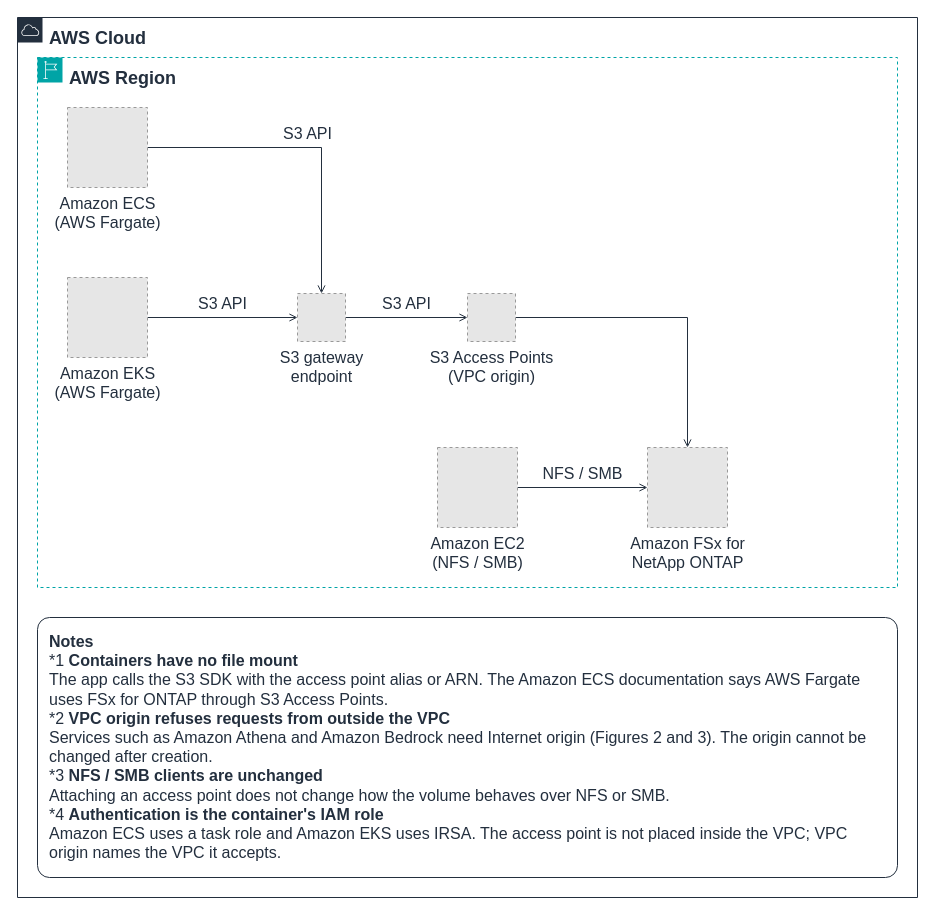
The draw.io diagram docs/_assets/diagrams/s3ap-container-overview-en.drawio in Yoshiki0705/FSx-for-ONTAP-Container-Datastore-Patterns, before the edit. Source tidied: cells renumbered, new cells numbered last; positions are measured from the earlier drawing's top-left corner, leaving out a move shared by most shapes. Both pictures are drawn from the tidied source at 100%, with x=0, y=0 at pixel (17, 17). Pictures stored in the file or linked from it are replaced by grey dashed boxes.
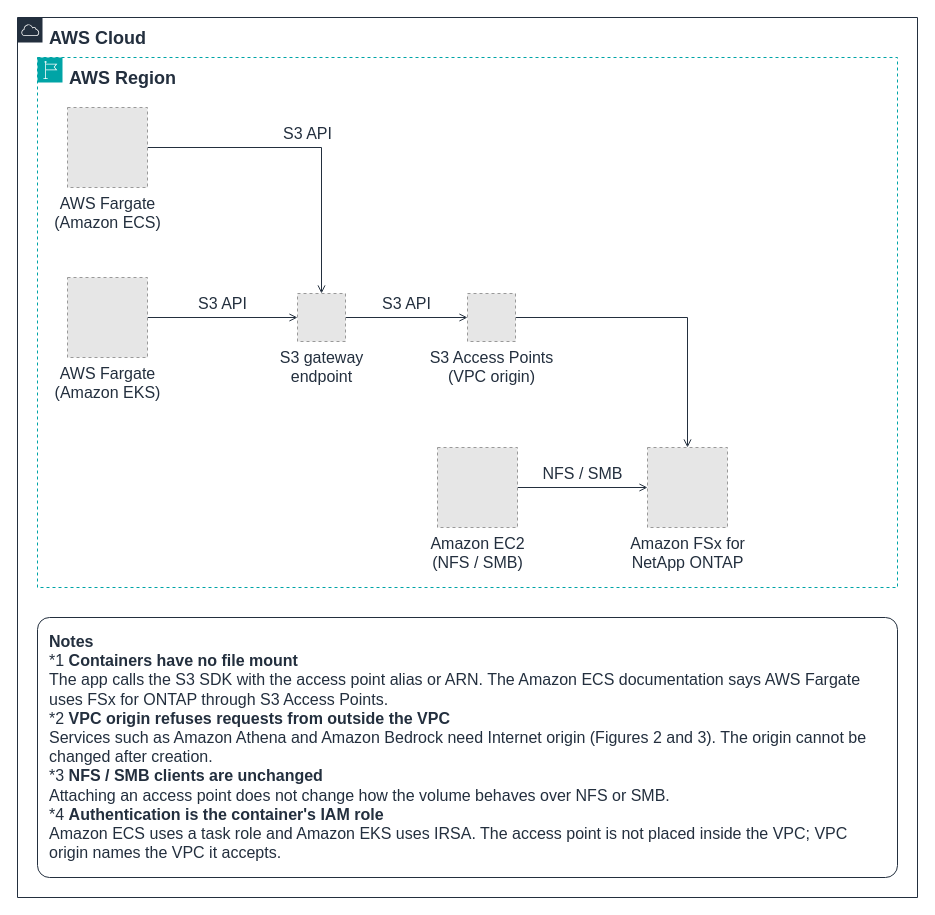
The same page after the edit.

Diff of the diagram source:
```diff
@@
 <mxGraphModel background="#FFFFFF">
   <root>
     <mxCell id="0" />
     <mxCell id="1" parent="0" />
     <mxCell id="2" value="S3 API" style="edgeStyle=orthogonalEdgeStyle;rounded=0;html=1;endArrow=open;endFill=0;strokeColor=#232F3E;strokeWidth=1;fontSize=16;fontColor=#232F3E;labelBackgroundColor=#FFFFFF;exitX=1.0;exitY=0.5;exitDx=0;exitDy=0;entryX=0.5;entryY=0.0;entryDx=0;entryDy=0;" parent="1" edge="1" source="10" target="12">
       <mxGeometry relative="1" as="geometry">
         <mxPoint y="-14" as="offset" />
       </mxGeometry>
     </mxCell>
     <mxCell id="3" value="S3 API" style="edgeStyle=orthogonalEdgeStyle;rounded=0;html=1;endArrow=open;endFill=0;strokeColor=#232F3E;strokeWidth=1;fontSize=16;fontColor=#232F3E;labelBackgroundColor=#FFFFFF;exitX=1.0;exitY=0.5;exitDx=0;exitDy=0;entryX=0.0;entryY=0.5;entryDx=0;entryDy=0;" parent="1" edge="1" source="11" target="12">
       <mxGeometry relative="1" as="geometry">
         <mxPoint y="-14" as="offset" />
       </mxGeometry>
     </mxCell>
     <mxCell id="4" value="S3 API" style="edgeStyle=orthogonalEdgeStyle;rounded=0;html=1;endArrow=open;endFill=0;strokeColor=#232F3E;strokeWidth=1;fontSize=16;fontColor=#232F3E;labelBackgroundColor=#FFFFFF;exitX=1.0;exitY=0.5;exitDx=0;exitDy=0;entryX=0.0;entryY=0.5;entryDx=0;entryDy=0;" parent="1" edge="1" source="12" target="13">
       <mxGeometry relative="1" as="geometry">
         <mxPoint y="-14" as="offset" />
       </mxGeometry>
     </mxCell>
     <mxCell id="5" style="edgeStyle=orthogonalEdgeStyle;rounded=0;html=1;endArrow=open;endFill=0;strokeColor=#232F3E;strokeWidth=1;fontSize=16;fontColor=#232F3E;labelBackgroundColor=#FFFFFF;exitX=1.0;exitY=0.5;exitDx=0;exitDy=0;entryX=0.5;entryY=0.0;entryDx=0;entryDy=0;" parent="1" edge="1" source="13" target="14">
       <mxGeometry relative="1" as="geometry" />
     </mxCell>
     <mxCell id="6" value="NFS / SMB" style="edgeStyle=orthogonalEdgeStyle;rounded=0;html=1;endArrow=open;endFill=0;strokeColor=#232F3E;strokeWidth=1;fontSize=16;fontColor=#232F3E;labelBackgroundColor=#FFFFFF;exitX=1.0;exitY=0.5;exitDx=0;exitDy=0;entryX=0.0;entryY=0.5;entryDx=0;entryDy=0;" parent="1" edge="1" source="15" target="14">
       <mxGeometry relative="1" as="geometry">
         <mxPoint y="-14" as="offset" />
       </mxGeometry>
     </mxCell>
     <mxCell id="7" value="AWS Cloud" style="gradientColor=none;html=1;whiteSpace=wrap;fontSize=18;fontStyle=1;fontColor=#232F3E;shape=mxgraph.aws4.group;grIcon=mxgraph.aws4.group_aws_cloud;strokeColor=#232F3E;fillColor=none;verticalAlign=top;align=left;spacingLeft=30;spacingTop=4;dashed=0;labelBackgroundColor=#FFFFFF;" parent="1" vertex="1">
       <mxGeometry width="900" height="880" as="geometry" />
     </mxCell>
     <mxCell id="8" value="AWS Region" style="gradientColor=none;html=1;whiteSpace=wrap;fontSize=18;fontStyle=1;fontColor=#232F3E;shape=mxgraph.aws4.group;grIcon=mxgraph.aws4.group_region;strokeColor=#00A4A6;fillColor=none;verticalAlign=top;align=left;spacingLeft=30;spacingTop=4;dashed=1;labelBackgroundColor=#FFFFFF;" parent="1" vertex="1">
       <mxGeometry x="20" y="40" width="860" height="530" as="geometry" />
     </mxCell>
     <mxCell id="9" value="&lt;b&gt;Notes&lt;/b&gt;&lt;br&gt;*1 &lt;b&gt;Containers have no file mount&lt;/b&gt;&lt;br&gt;The app calls the S3 SDK with the access point alias or ARN. The Amazon ECS documentation says AWS Fargate uses FSx for ONTAP through S3 Access Points.&lt;br&gt;*2 &lt;b&gt;VPC origin refuses requests from outside the VPC&lt;/b&gt;&lt;br&gt;Services such as Amazon Athena and Amazon Bedrock need Internet origin (Figures 2 and 3). The origin cannot be changed after creation.&lt;br&gt;*3 &lt;b&gt;NFS / SMB clients are unchanged&lt;/b&gt;&lt;br&gt;Attaching an access point does not change how the volume behaves over NFS or SMB.&lt;br&gt;*4 &lt;b&gt;Authentication is the container's IAM role&lt;/b&gt;&lt;br&gt;Amazon ECS uses a task role and Amazon EKS uses IRSA. The access point is not placed inside the VPC; VPC origin names the VPC it accepts." style="rounded=1;absoluteArcSize=1;arcSize=24;whiteSpace=wrap;html=1;strokeColor=#232F3E;fillColor=none;fontColor=#232F3E;fontSize=16;verticalAlign=top;align=left;spacingLeft=10;spacingRight=10;spacingTop=8;" parent="1" vertex="1">
       <mxGeometry x="20" y="600" width="860" height="260" as="geometry" />
     </mxCell>
-    <mxCell id="10" value="Amazon ECS&lt;br&gt;(AWS Fargate)" style="fillColor=#E6E6E6;strokeColor=#999999;dashed=1;html=1;verticalLabelPosition=bottom;verticalAlign=top;labelPosition=center;align=center;fontSize=16;fontColor=#232F3E;" parent="1" vertex="1">
+    <mxCell id="10" value="AWS Fargate&lt;br&gt;(Amazon ECS)" style="fillColor=#E6E6E6;strokeColor=#999999;dashed=1;html=1;verticalLabelPosition=bottom;verticalAlign=top;labelPosition=center;align=center;fontSize=16;fontColor=#232F3E;" parent="1" vertex="1">
       <mxGeometry x="50" y="90" width="80" height="80" as="geometry" />
     </mxCell>
-    <mxCell id="11" value="Amazon EKS&lt;br&gt;(AWS Fargate)" style="fillColor=#E6E6E6;strokeColor=#999999;dashed=1;html=1;verticalLabelPosition=bottom;verticalAlign=top;labelPosition=center;align=center;fontSize=16;fontColor=#232F3E;" parent="1" vertex="1">
+    <mxCell id="11" value="AWS Fargate&lt;br&gt;(Amazon EKS)" style="fillColor=#E6E6E6;strokeColor=#999999;dashed=1;html=1;verticalLabelPosition=bottom;verticalAlign=top;labelPosition=center;align=center;fontSize=16;fontColor=#232F3E;" parent="1" vertex="1">
       <mxGeometry x="50" y="260" width="80" height="80" as="geometry" />
     </mxCell>
     <mxCell id="12" value="S3 gateway&lt;br&gt;endpoint" style="fillColor=#E6E6E6;strokeColor=#999999;dashed=1;html=1;verticalLabelPosition=bottom;verticalAlign=top;labelPosition=center;align=center;fontSize=16;fontColor=#232F3E;" parent="1" vertex="1">
       <mxGeometry x="280" y="276" width="48" height="48" as="geometry" />
     </mxCell>
     <mxCell id="13" value="S3 Access Points&lt;br&gt;(VPC origin)" style="fillColor=#E6E6E6;strokeColor=#999999;dashed=1;html=1;verticalLabelPosition=bottom;verticalAlign=top;labelPosition=center;align=center;fontSize=16;fontColor=#232F3E;" parent="1" vertex="1">
       <mxGeometry x="450" y="276" width="48" height="48" as="geometry" />
     </mxCell>
     <mxCell id="14" value="Amazon FSx for&lt;br&gt;NetApp ONTAP" style="fillColor=#E6E6E6;strokeColor=#999999;dashed=1;html=1;verticalLabelPosition=bottom;verticalAlign=top;labelPosition=center;align=center;fontSize=16;fontColor=#232F3E;" parent="1" vertex="1">
       <mxGeometry x="630" y="430" width="80" height="80" as="geometry" />
     </mxCell>
     <mxCell id="15" value="Amazon EC2&lt;br&gt;(NFS / SMB)" style="fillColor=#E6E6E6;strokeColor=#999999;dashed=1;html=1;verticalLabelPosition=bottom;verticalAlign=top;labelPosition=center;align=center;fontSize=16;fontColor=#232F3E;" parent="1" vertex="1">
       <mxGeometry x="420" y="430" width="80" height="80" as="geometry" />
     </mxCell>
   </root>
 </mxGraphModel>
```
